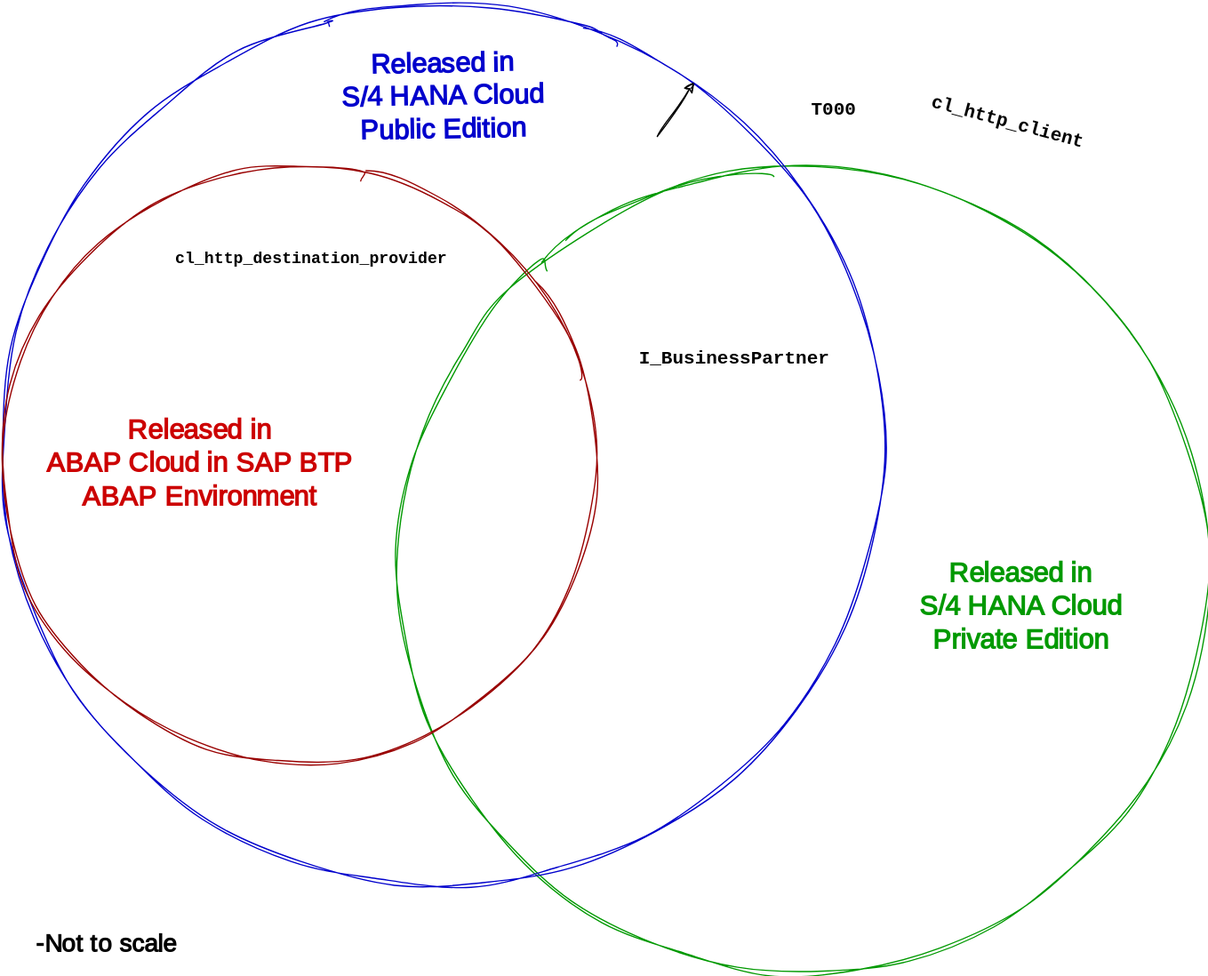
The draw.io diagram img/another5-coloured.drawio.svg in larshp/venn, before a commit. Source tidied: cells renumbered, new cells last; positions are measured from the earlier drawing's top-left corner, leaving out a move shared by most shapes. Source of this version:
```xml
<mxGraphModel background="#ffffff">
  <root>
    <mxCell id="0" />
    <mxCell id="1" parent="0" />
    <mxCell id="2" style="ellipse;whiteSpace=wrap;html=1;sketch=1;hachureGap=4;jiggle=2;curveFitting=1;fontFamily=Architects Daughter;fontSource=https%3A%2F%2Ffonts.googleapis.com%2Fcss%3Ffamily%3DArchitects%2BDaughter;fontSize=20;fillColor=none;strokeColor=#009900;" parent="1" vertex="1">
      <mxGeometry x="320" y="130" width="650" height="650" as="geometry" />
    </mxCell>
    <mxCell id="3" style="ellipse;whiteSpace=wrap;html=1;sketch=1;hachureGap=4;jiggle=2;curveFitting=1;fontFamily=Architects Daughter;fontSource=https%3A%2F%2Ffonts.googleapis.com%2Fcss%3Ffamily%3DArchitects%2BDaughter;fontSize=20;fillColor=none;strokeColor=#0000CC;" parent="1" vertex="1">
      <mxGeometry width="710" height="710" as="geometry" />
    </mxCell>
    <mxCell id="4" style="ellipse;whiteSpace=wrap;html=1;sketch=1;hachureGap=4;jiggle=2;curveFitting=1;fontFamily=Architects Daughter;fontSource=https%3A%2F%2Ffonts.googleapis.com%2Fcss%3Ffamily%3DArchitects%2BDaughter;fontSize=20;fillColor=none;strokeColor=#990000;" parent="1" vertex="1">
      <mxGeometry y="130" width="480" height="480" as="geometry" />
    </mxCell>
    <mxCell id="5" value="-Not to scale" style="text;html=1;strokeColor=none;fillColor=none;align=center;verticalAlign=middle;whiteSpace=wrap;rounded=0;sketch=1;hachureGap=4;jiggle=2;curveFitting=1;fontFamily=Architects Daughter;fontSource=https%3A%2F%2Ffonts.googleapis.com%2Fcss%3Ffamily%3DArchitects%2BDaughter;fontSize=20;fontStyle=1;fontColor=#000000;" parent="1" vertex="1">
      <mxGeometry x="10" y="740" width="150" height="30" as="geometry" />
    </mxCell>
    <mxCell id="6" value="&lt;font face=&quot;Courier New&quot;&gt;T000&lt;/font&gt;" style="text;html=1;strokeColor=none;fillColor=none;align=center;verticalAlign=middle;whiteSpace=wrap;rounded=0;sketch=1;hachureGap=4;jiggle=2;curveFitting=1;fontFamily=Architects Daughter;fontSource=https%3A%2F%2Ffonts.googleapis.com%2Fcss%3Ffamily%3DArchitects%2BDaughter;fontSize=15;rotation=0;fontColor=#000000;fontStyle=1;" parent="1" vertex="1">
      <mxGeometry x="640" y="70" width="60" height="30" as="geometry" />
    </mxCell>
    <mxCell id="7" value="&lt;span style=&quot;text-align: start; background-color: rgba(255, 255, 255, 0.03); font-size: 13px;&quot;&gt;cl_http_destination_provider&lt;/span&gt;" style="text;html=1;strokeColor=none;fillColor=none;align=center;verticalAlign=middle;whiteSpace=wrap;rounded=0;sketch=1;hachureGap=4;jiggle=2;curveFitting=1;fontFamily=Courier New;fontSize=13;rotation=0;fontColor=#000000;fontStyle=1;" parent="1" vertex="1">
      <mxGeometry x="220" y="190" width="60" height="30" as="geometry" />
    </mxCell>
    <mxCell id="8" value="&lt;font face=&quot;Courier New&quot;&gt;I_BusinessPartner&lt;/font&gt;" style="text;html=1;strokeColor=none;fillColor=none;align=center;verticalAlign=middle;whiteSpace=wrap;rounded=0;sketch=1;hachureGap=4;jiggle=2;curveFitting=1;fontFamily=Architects Daughter;fontSource=https%3A%2F%2Ffonts.googleapis.com%2Fcss%3Ffamily%3DArchitects%2BDaughter;fontSize=15;rotation=0;fontColor=#000000;fontStyle=1;" parent="1" vertex="1">
      <mxGeometry x="560" y="270" width="60" height="30" as="geometry" />
    </mxCell>
    <mxCell id="9" value="&lt;h5 style=&quot;font-size: 22px;&quot;&gt;Released in &lt;br style=&quot;font-size: 22px;&quot;&gt;ABAP Cloud in SAP BTP &lt;br style=&quot;font-size: 22px;&quot;&gt;ABAP Environment&lt;/h5&gt;" style="text;html=1;strokeColor=none;fillColor=none;align=center;verticalAlign=middle;whiteSpace=wrap;rounded=0;sketch=1;hachureGap=4;jiggle=2;curveFitting=1;fontFamily=Architects Daughter;fontSource=https%3A%2F%2Ffonts.googleapis.com%2Fcss%3Ffamily%3DArchitects%2BDaughter;fontSize=22;rotation=0;fontColor=#CC0000;fontStyle=1;" parent="1" vertex="1">
      <mxGeometry y="335" width="320" height="70" as="geometry" />
    </mxCell>
    <mxCell id="10" style="edgeStyle=none;sketch=1;hachureGap=4;jiggle=2;curveFitting=1;html=1;exitX=1;exitY=1;exitDx=0;exitDy=0;fontFamily=Architects Daughter;fontSource=https%3A%2F%2Ffonts.googleapis.com%2Fcss%3Ffamily%3DArchitects%2BDaughter;fontSize=16;" parent="1" edge="1" source="11" target="3">
      <mxGeometry relative="1" as="geometry" />
    </mxCell>
    <mxCell id="11" value="&lt;h5 style=&quot;font-size: 22px;&quot;&gt;Released in &lt;br style=&quot;font-size: 22px;&quot;&gt;S/4 HANA Cloud &lt;br&gt;Public Edition&lt;/h5&gt;" style="text;html=1;strokeColor=none;fillColor=none;align=center;verticalAlign=middle;whiteSpace=wrap;rounded=0;sketch=1;hachureGap=4;jiggle=2;curveFitting=1;fontFamily=Architects Daughter;fontSource=https%3A%2F%2Ffonts.googleapis.com%2Fcss%3Ffamily%3DArchitects%2BDaughter;fontSize=22;rotation=-1;fontColor=#0000CC;fontStyle=1;" parent="1" vertex="1">
      <mxGeometry x="182.7" y="40" width="344.5" height="70" as="geometry" />
    </mxCell>
    <mxCell id="12" value="&lt;h5 style=&quot;font-size: 22px;&quot;&gt;Released in &lt;br style=&quot;font-size: 22px;&quot;&gt;S/4 HANA Cloud &lt;br&gt;Private Edition&lt;/h5&gt;" style="text;html=1;strokeColor=none;fillColor=none;align=center;verticalAlign=middle;whiteSpace=wrap;rounded=0;sketch=1;hachureGap=4;jiggle=2;curveFitting=1;fontFamily=Architects Daughter;fontSource=https%3A%2F%2Ffonts.googleapis.com%2Fcss%3Ffamily%3DArchitects%2BDaughter;fontSize=22;rotation=0;fontColor=#009900;fontStyle=1;" parent="1" vertex="1">
      <mxGeometry x="710" y="450" width="220" height="70" as="geometry" />
    </mxCell>
    <mxCell id="13" value="&lt;font face=&quot;Courier New&quot; style=&quot;font-size: 15px;&quot;&gt;cl_http_client&lt;/font&gt;" style="text;html=1;strokeColor=none;fillColor=none;align=center;verticalAlign=middle;whiteSpace=wrap;rounded=0;sketch=1;hachureGap=4;jiggle=2;curveFitting=1;fontFamily=Architects Daughter;fontSource=https%3A%2F%2Ffonts.googleapis.com%2Fcss%3Ffamily%3DArchitects%2BDaughter;fontSize=15;rotation=15;fontStyle=1;fontColor=#000000;" parent="1" vertex="1">
      <mxGeometry x="780" y="80" width="60" height="30" as="geometry" />
    </mxCell>
  </root>
</mxGraphModel>
```
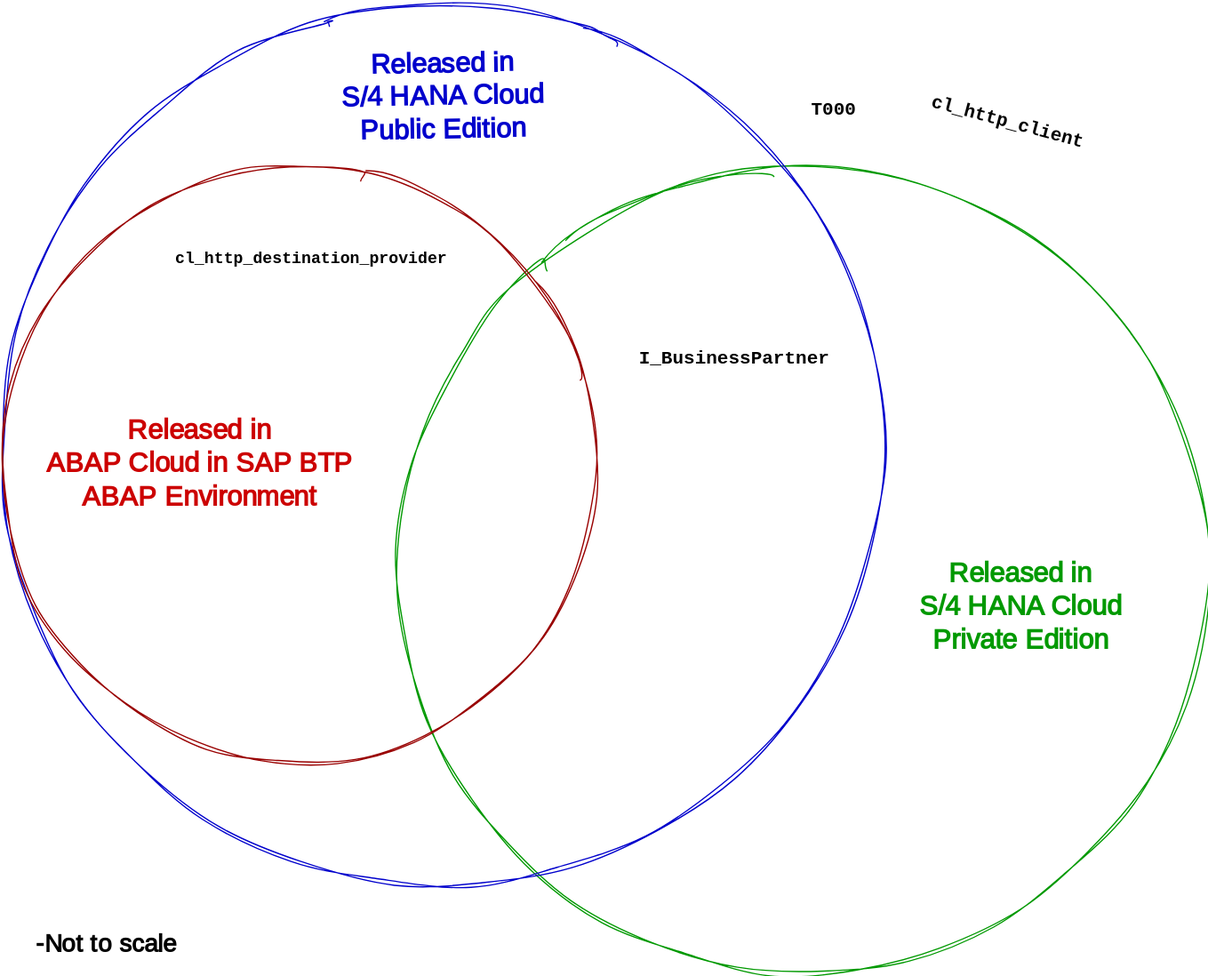
Above is the later version.

Change to the diagram source:
```diff
@@ -26,9 +26,6 @@
     <mxCell id="9" value="&lt;h5 style=&quot;font-size: 22px;&quot;&gt;Released in &lt;br style=&quot;font-size: 22px;&quot;&gt;ABAP Cloud in SAP BTP &lt;br style=&quot;font-size: 22px;&quot;&gt;ABAP Environment&lt;/h5&gt;" style="text;html=1;strokeColor=none;fillColor=none;align=center;verticalAlign=middle;whiteSpace=wrap;rounded=0;sketch=1;hachureGap=4;jiggle=2;curveFitting=1;fontFamily=Architects Daughter;fontSource=https%3A%2F%2Ffonts.googleapis.com%2Fcss%3Ffamily%3DArchitects%2BDaughter;fontSize=22;rotation=0;fontColor=#CC0000;fontStyle=1;" parent="1" vertex="1">
       <mxGeometry y="335" width="320" height="70" as="geometry" />
     </mxCell>
-    <mxCell id="10" style="edgeStyle=none;sketch=1;hachureGap=4;jiggle=2;curveFitting=1;html=1;exitX=1;exitY=1;exitDx=0;exitDy=0;fontFamily=Architects Daughter;fontSource=https%3A%2F%2Ffonts.googleapis.com%2Fcss%3Ffamily%3DArchitects%2BDaughter;fontSize=16;" parent="1" edge="1" source="11" target="3">
-      <mxGeometry relative="1" as="geometry" />
-    </mxCell>
     <mxCell id="11" value="&lt;h5 style=&quot;font-size: 22px;&quot;&gt;Released in &lt;br style=&quot;font-size: 22px;&quot;&gt;S/4 HANA Cloud &lt;br&gt;Public Edition&lt;/h5&gt;" style="text;html=1;strokeColor=none;fillColor=none;align=center;verticalAlign=middle;whiteSpace=wrap;rounded=0;sketch=1;hachureGap=4;jiggle=2;curveFitting=1;fontFamily=Architects Daughter;fontSource=https%3A%2F%2Ffonts.googleapis.com%2Fcss%3Ffamily%3DArchitects%2BDaughter;fontSize=22;rotation=-1;fontColor=#0000CC;fontStyle=1;" parent="1" vertex="1">
       <mxGeometry x="182.7" y="40" width="344.5" height="70" as="geometry" />
     </mxCell>
```
